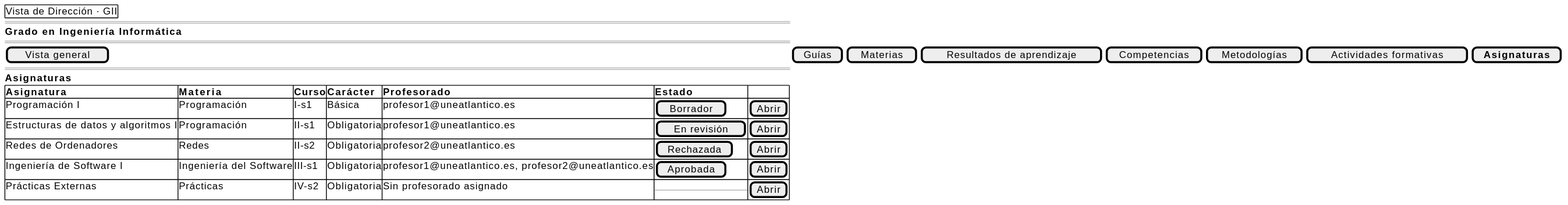
This is images/RUP/01-requisitos/03-detalle-casos-uso/abrirAsignaturasPrograma/wireframe.svg from mmasias/pyCeldaPublico, a PlantUML export, as it was before one commit. Its diagram source:
```plantuml
@startsalt abrirAsignaturasPrograma-wireframe
{
    {+ Vista de Dirección · GII }
    ====
    <b>Grado en Ingeniería Informática</b>
    ====
    [ Vista general ] | [ Guías ] | [ Materias ] | [ Resultados de aprendizaje ] | [ Competencias ] | [ Metodologías ] | [ Actividades formativas ] | [ <b>Asignaturas</b> ]
    ====
    <b>Asignaturas</b>
    {#
    <b>Asignatura                          | <b>Materia    | <b>Curso  | <b>Carácter | <b>Profesorado      |<b>Estado| .
    Programación I                         | Programación  | I-s1      | Básica | profesor1@uneatlantico.es        |[ Borrador ]| [Abrir]
    Estructuras de datos y algoritmos I    | Programación  | II-s1     | Obligatoria | profesor1@uneatlantico.es   |[ En revisión ]| [Abrir]
    Redes de Ordenadores                   | Redes         | II-s2     | Obligatoria | profesor2@uneatlantico.es |[ Rechazada ]| [Abrir]
    Ingeniería de Software I               | Ingeniería del Software | III-s1 | Obligatoria | profesor1@uneatlantico.es, profesor2@uneatlantico.es |[ Aprobada ]| [Abrir]
    Prácticas Externas                     | Prácticas     | IV-s2     | Obligatoria | Sin profesorado asignado | -- | [Abrir]
    }
}
@endsalt
```
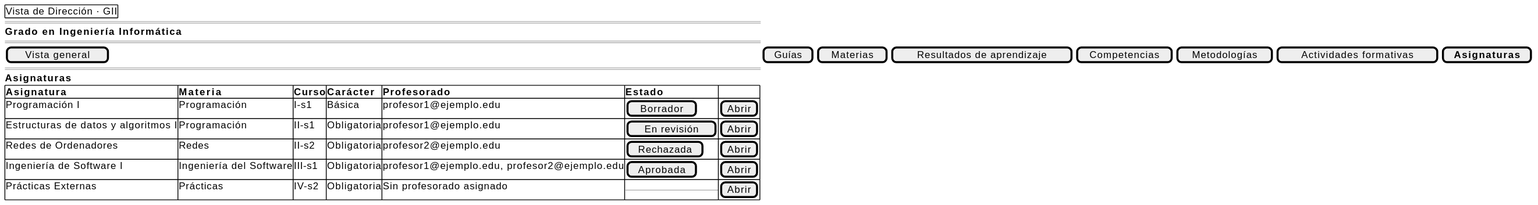
After the commit.

Change to the diagram source:
```diff
@@ -9,10 +9,10 @@
     <b>Asignaturas</b>
     {#
     <b>Asignatura                          | <b>Materia    | <b>Curso  | <b>Carácter | <b>Profesorado      |<b>Estado| .
-    Programación I                         | Programación  | I-s1      | Básica | profesor1@uneatlantico.es        |[ Borrador ]| [Abrir]
-    Estructuras de datos y algoritmos I    | Programación  | II-s1     | Obligatoria | profesor1@uneatlantico.es   |[ En revisión ]| [Abrir]
-    Redes de Ordenadores                   | Redes         | II-s2     | Obligatoria | profesor2@uneatlantico.es |[ Rechazada ]| [Abrir]
-    Ingeniería de Software I               | Ingeniería del Software | III-s1 | Obligatoria | profesor1@uneatlantico.es, profesor2@uneatlantico.es |[ Aprobada ]| [Abrir]
+    Programación I                         | Programación  | I-s1      | Básica | profesor1@ejemplo.edu        |[ Borrador ]| [Abrir]
+    Estructuras de datos y algoritmos I    | Programación  | II-s1     | Obligatoria | profesor1@ejemplo.edu   |[ En revisión ]| [Abrir]
+    Redes de Ordenadores                   | Redes         | II-s2     | Obligatoria | profesor2@ejemplo.edu |[ Rechazada ]| [Abrir]
+    Ingeniería de Software I               | Ingeniería del Software | III-s1 | Obligatoria | profesor1@ejemplo.edu, profesor2@ejemplo.edu |[ Aprobada ]| [Abrir]
     Prácticas Externas                     | Prácticas     | IV-s2     | Obligatoria | Sin profesorado asignado | -- | [Abrir]
     }
 }
```
